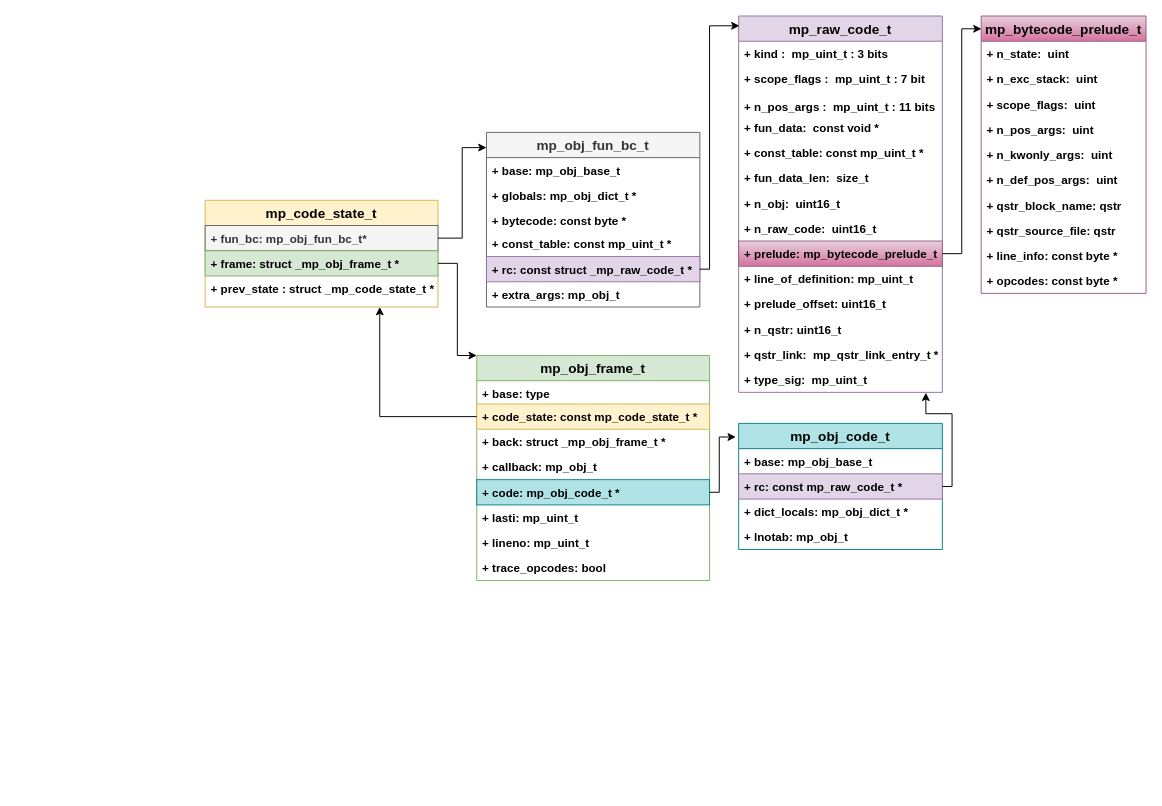
Before: uPyIWM/diagrams/codestate_objects_relation.drawio in over-infinity/-Tutorials, a draw.io diagram. Source tidied: cells renumbered, new cells numbered last; positions are measured from the earlier drawing's top-left corner, leaving out a move shared by most shapes. Both pictures are drawn from the tidied source at 97%, with x=0, y=0 at pixel (205, 16).
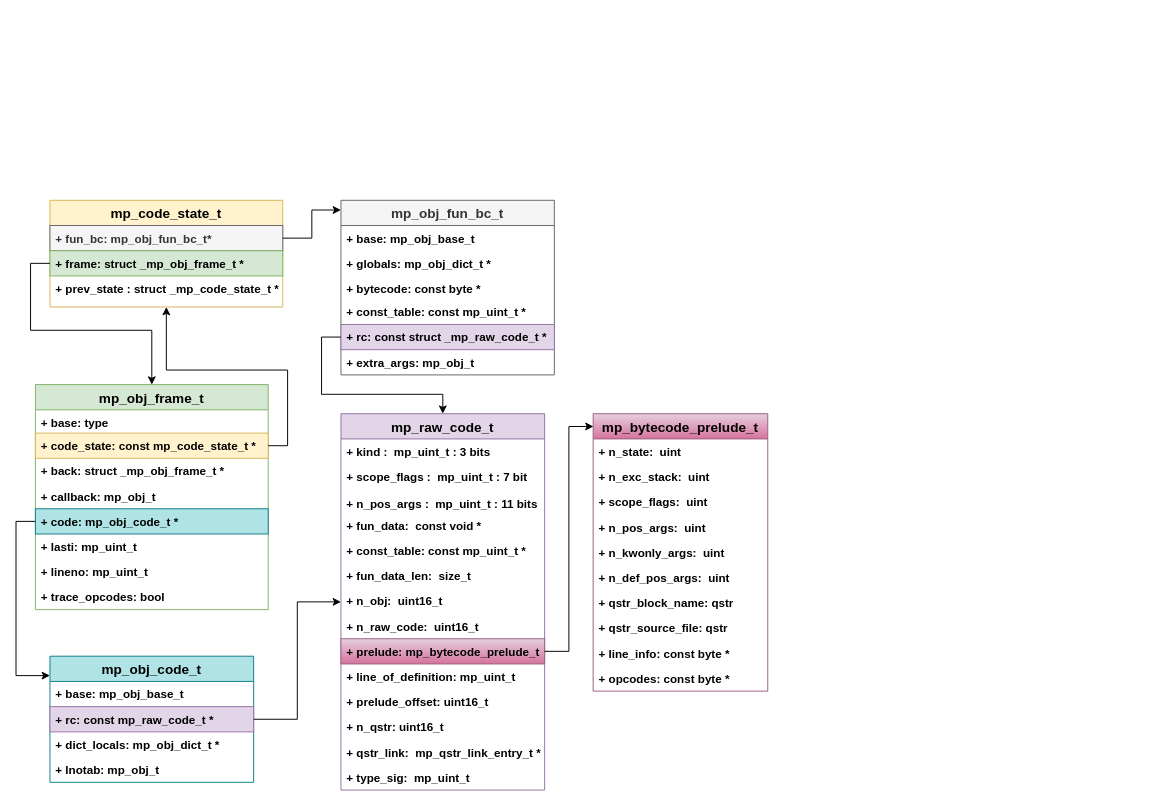
Above is the later version.

The change refers to these unchanged cells:
```xml
<mxCell id="3" value="+ fun_bc: mp_obj_fun_bc_t*" style="text;strokeColor=#666666;fillColor=#f5f5f5;align=left;verticalAlign=top;spacingLeft=4;spacingRight=4;overflow=hidden;points=[[0,0.5],[1,0.5]];portConstraint=eastwest;fontSize=12;fontStyle=1;fontColor=#333333;" parent="2" vertex="1">
  <mxGeometry y="26" width="240" height="26" as="geometry" />
</mxCell>
<mxCell id="4" value="+ frame: struct _mp_obj_frame_t *" style="text;strokeColor=#82b366;fillColor=#d5e8d4;align=left;verticalAlign=top;spacingLeft=4;spacingRight=4;overflow=hidden;points=[[0,0.5],[1,0.5]];portConstraint=eastwest;fontSize=12;fontStyle=1;" parent="2" vertex="1">
  <mxGeometry y="52" width="240" height="26" as="geometry" />
</mxCell>
<mxCell id="11" value="+ rc: const struct _mp_raw_code_t *" style="text;strokeColor=#9673a6;fillColor=#e1d5e7;align=left;verticalAlign=top;spacingLeft=4;spacingRight=4;overflow=hidden;points=[[0,0.5],[1,0.5]];portConstraint=eastwest;fontSize=12;fontStyle=1;" parent="6" vertex="1">
  <mxGeometry y="128" width="220" height="26" as="geometry" />
</mxCell>
<mxCell id="16" value="+ code_state: const mp_code_state_t *" style="text;strokeColor=#d6b656;fillColor=#fff2cc;align=left;verticalAlign=top;spacingLeft=4;spacingRight=4;overflow=hidden;points=[[0,0.5],[1,0.5]];portConstraint=eastwest;fontSize=12;fontStyle=1;" parent="14" vertex="1">
  <mxGeometry y="50" width="240" height="26" as="geometry" />
</mxCell>
<mxCell id="19" value="+ code: mp_obj_code_t *" style="text;strokeColor=#0e8088;fillColor=#b0e3e6;align=left;verticalAlign=top;spacingLeft=4;spacingRight=4;overflow=hidden;points=[[0,0.5],[1,0.5]];portConstraint=eastwest;fontSize=12;fontStyle=1;" parent="14" vertex="1">
  <mxGeometry y="128" width="240" height="26" as="geometry" />
</mxCell>
<mxCell id="37" value="+ type_sig:  mp_uint_t" style="text;strokeColor=none;fillColor=none;align=left;verticalAlign=top;spacingLeft=4;spacingRight=4;overflow=hidden;points=[[0,0.5],[1,0.5]];portConstraint=eastwest;fontStyle=1;" parent="23" vertex="1">
  <mxGeometry y="362" width="210" height="26" as="geometry" />
</mxCell>
<mxCell id="43" value="+ rc: const mp_raw_code_t *" style="text;strokeColor=#9673a6;fillColor=#e1d5e7;align=left;verticalAlign=top;spacingLeft=4;spacingRight=4;overflow=hidden;points=[[0,0.5],[1,0.5]];portConstraint=eastwest;fontSize=12;fontStyle=1;" parent="41" vertex="1">
  <mxGeometry y="52" width="210" height="26" as="geometry" />
</mxCell>
```

The edit, as a diff of the source:
```diff
@@
     <mxCell id="2" value="mp_code_state_t" style="swimlane;fontStyle=1;horizontal=1;startSize=26;fillColor=#fff2cc;fontSize=14;strokeColor=#d6b656;" parent="1" vertex="1">
-      <mxGeometry y="190" width="240" height="110" as="geometry" />
+      <mxGeometry x="-160" y="190" width="240" height="110" as="geometry" />
     </mxCell>
@@
     <mxCell id="6" value="mp_obj_fun_bc_t" style="swimlane;fontStyle=1;horizontal=1;startSize=26;fillColor=#f5f5f5;fontSize=14;fontColor=#333333;strokeColor=#666666;" parent="1" vertex="1">
-      <mxGeometry x="290" y="120" width="220" height="180" as="geometry" />
+      <mxGeometry x="140" y="190" width="220" height="180" as="geometry" />
     </mxCell>
@@
-    <mxCell id="13" style="edgeStyle=orthogonalEdgeStyle;rounded=0;jettySize=auto;html=1;entryX=0;entryY=0.087;entryDx=0;entryDy=0;entryPerimeter=0;fontSize=14;fontStyle=1;" parent="1" edge="1" source="3" target="6">
-      <mxGeometry relative="1" as="geometry" />
-    </mxCell>
     <mxCell id="14" value="mp_obj_frame_t " style="swimlane;fontStyle=1;horizontal=1;startSize=26;fillColor=#d5e8d4;fontSize=14;strokeColor=#82b366;" parent="1" vertex="1">
-      <mxGeometry x="280" y="350" width="240" height="232" as="geometry" />
+      <mxGeometry x="-175" y="380" width="240" height="232" as="geometry" />
     </mxCell>
@@
     <mxCell id="23" value="mp_raw_code_t " style="swimlane;fontStyle=1;horizontal=1;startSize=26;fillColor=#e1d5e7;fontSize=14;strokeColor=#9673a6;" parent="1" vertex="1">
-      <mxGeometry x="550" width="210" height="388" as="geometry" />
+      <mxGeometry x="140" y="410" width="210" height="388" as="geometry" />
     </mxCell>
@@
-    <mxCell id="38" style="edgeStyle=orthogonalEdgeStyle;rounded=0;jettySize=auto;html=1;entryX=0.004;entryY=0.026;entryDx=0;entryDy=0;fontSize=14;entryPerimeter=0;fontStyle=1;" parent="1" edge="1" source="11" target="23">
-      <mxGeometry relative="1" as="geometry">
-        <Array as="points">
-          <mxPoint x="520" y="261" />
-          <mxPoint x="520" y="10" />
-        </Array>
-      </mxGeometry>
-    </mxCell>
-    <mxCell id="39" style="edgeStyle=orthogonalEdgeStyle;rounded=0;jettySize=auto;html=1;entryX=0.75;entryY=1;entryDx=0;entryDy=0;fontSize=14;fontStyle=1;" parent="1" edge="1" source="16" target="2">
-      <mxGeometry relative="1" as="geometry" />
-    </mxCell>
-    <mxCell id="40" style="edgeStyle=orthogonalEdgeStyle;rounded=0;jettySize=auto;html=1;entryX=0;entryY=0;entryDx=0;entryDy=0;fontSize=14;fontStyle=1;" parent="1" edge="1" source="4" target="14">
-      <mxGeometry relative="1" as="geometry">
-        <Array as="points">
-          <mxPoint x="260" y="255" />
-          <mxPoint x="260" y="350" />
-        </Array>
-      </mxGeometry>
-    </mxCell>
     <mxCell id="41" value="mp_obj_code_t" style="swimlane;fontStyle=1;horizontal=1;startSize=26;fillColor=#b0e3e6;fontSize=14;strokeColor=#0e8088;" parent="1" vertex="1">
-      <mxGeometry x="550" y="420" width="210" height="130" as="geometry" />
+      <mxGeometry x="-160" y="660" width="210" height="130" as="geometry" />
     </mxCell>
@@
-    <mxCell id="46" style="edgeStyle=orthogonalEdgeStyle;rounded=0;jettySize=auto;html=1;entryX=-0.014;entryY=0.108;entryDx=0;entryDy=0;entryPerimeter=0;fontSize=12;" parent="1" edge="1" source="19" target="41">
-      <mxGeometry relative="1" as="geometry">
-        <Array as="points">
-          <mxPoint x="530" y="491" />
-          <mxPoint x="530" y="434" />
-        </Array>
-      </mxGeometry>
-    </mxCell>
     <mxCell id="47" value="mp_bytecode_prelude_t" style="swimlane;fontStyle=1;horizontal=1;startSize=26;fillColor=#e6d0de;fontSize=14;strokeColor=#996185;gradientColor=#d5739d;" parent="1" vertex="1">
-      <mxGeometry x="800" width="170" height="286" as="geometry" />
+      <mxGeometry x="400" y="410" width="180" height="286" as="geometry" />
     </mxCell>
     <mxCell id="48" value="+ n_state:  uint" style="text;strokeColor=none;fillColor=none;align=left;verticalAlign=top;spacingLeft=4;spacingRight=4;overflow=hidden;fontSize=12;fontStyle=1;" parent="47" vertex="1">
-      <mxGeometry y="26" width="170" height="26" as="geometry" />
+      <mxGeometry y="26" width="180" height="26" as="geometry" />
     </mxCell>
     <mxCell id="49" value="+ n_exc_stack:  uint" style="text;strokeColor=none;fillColor=none;align=left;verticalAlign=top;spacingLeft=4;spacingRight=4;overflow=hidden;fontSize=12;fontStyle=1;" parent="47" vertex="1">
-      <mxGeometry y="52" width="170" height="26" as="geometry" />
+      <mxGeometry y="52" width="180" height="26" as="geometry" />
     </mxCell>
     <mxCell id="50" value="+ scope_flags:  uint" style="text;strokeColor=none;fillColor=none;align=left;verticalAlign=top;spacingLeft=4;spacingRight=4;overflow=hidden;fontSize=12;fontStyle=1;" parent="47" vertex="1">
-      <mxGeometry y="78" width="170" height="26" as="geometry" />
+      <mxGeometry y="78" width="180" height="26" as="geometry" />
     </mxCell>
     <mxCell id="51" value="+ n_pos_args:  uint" style="text;strokeColor=none;fillColor=none;align=left;verticalAlign=top;spacingLeft=4;spacingRight=4;overflow=hidden;fontSize=12;fontStyle=1;" parent="47" vertex="1">
-      <mxGeometry y="104" width="170" height="26" as="geometry" />
+      <mxGeometry y="104" width="180" height="26" as="geometry" />
     </mxCell>
     <mxCell id="52" value="+ n_kwonly_args:  uint" style="text;strokeColor=none;fillColor=none;align=left;verticalAlign=top;spacingLeft=4;spacingRight=4;overflow=hidden;fontSize=12;fontStyle=1;" parent="47" vertex="1">
-      <mxGeometry y="130" width="170" height="26" as="geometry" />
+      <mxGeometry y="130" width="180" height="26" as="geometry" />
     </mxCell>
     <mxCell id="53" value="+ n_def_pos_args:  uint" style="text;strokeColor=none;fillColor=none;align=left;verticalAlign=top;spacingLeft=4;spacingRight=4;overflow=hidden;fontSize=12;fontStyle=1;" parent="47" vertex="1">
-      <mxGeometry y="156" width="170" height="26" as="geometry" />
+      <mxGeometry y="156" width="180" height="26" as="geometry" />
     </mxCell>
     <mxCell id="54" value="+ qstr_block_name: qstr" style="text;strokeColor=none;fillColor=none;align=left;verticalAlign=top;spacingLeft=4;spacingRight=4;overflow=hidden;fontSize=12;fontStyle=1;" parent="47" vertex="1">
-      <mxGeometry y="182" width="170" height="26" as="geometry" />
+      <mxGeometry y="182" width="180" height="26" as="geometry" />
     </mxCell>
     <mxCell id="55" value="+ qstr_source_file: qstr" style="text;strokeColor=none;fillColor=none;align=left;verticalAlign=top;spacingLeft=4;spacingRight=4;overflow=hidden;fontSize=12;fontStyle=1;" parent="47" vertex="1">
-      <mxGeometry y="208" width="170" height="26" as="geometry" />
+      <mxGeometry y="208" width="180" height="26" as="geometry" />
     </mxCell>
     <mxCell id="56" value="+ line_info: const byte *" style="text;strokeColor=none;fillColor=none;align=left;verticalAlign=top;spacingLeft=4;spacingRight=4;overflow=hidden;fontSize=12;fontStyle=1;" parent="47" vertex="1">
-      <mxGeometry y="234" width="170" height="26" as="geometry" />
+      <mxGeometry y="234" width="180" height="26" as="geometry" />
     </mxCell>
     <mxCell id="57" value="+ opcodes: const byte *" style="text;strokeColor=none;fillColor=none;align=left;verticalAlign=top;spacingLeft=4;spacingRight=4;overflow=hidden;fontSize=12;fontStyle=1;" parent="47" vertex="1">
-      <mxGeometry y="260" width="170" height="26" as="geometry" />
+      <mxGeometry y="260" width="180" height="26" as="geometry" />
     </mxCell>
@@
-    <mxCell id="59" style="edgeStyle=orthogonalEdgeStyle;rounded=0;jettySize=auto;html=1;entryX=0.919;entryY=1.015;entryDx=0;entryDy=0;fontSize=14;entryPerimeter=0;" parent="1" edge="1" source="43" target="37">
-      <mxGeometry relative="1" as="geometry">
-        <Array as="points">
-          <mxPoint x="770" y="485" />
-          <mxPoint x="770" y="410" />
-          <mxPoint x="743" y="410" />
-        </Array>
-      </mxGeometry>
-    </mxCell>
+    <mxCell id="46" style="edgeStyle=orthogonalEdgeStyle;rounded=0;jettySize=auto;html=1;entryX=0;entryY=0.154;entryDx=0;entryDy=0;entryPerimeter=0;fontSize=14;" parent="1" edge="1" source="19" target="41">
+      <mxGeometry relative="1" as="geometry" />
+    </mxCell>
+    <mxCell id="60" style="edgeStyle=orthogonalEdgeStyle;rounded=0;jettySize=auto;html=1;fontSize=14;" parent="1" edge="1" source="43" target="23">
+      <mxGeometry relative="1" as="geometry" />
+    </mxCell>
+    <mxCell id="38" style="edgeStyle=orthogonalEdgeStyle;rounded=0;jettySize=auto;html=1;fontSize=14;" parent="1" edge="1" source="11" target="23">
+      <mxGeometry relative="1" as="geometry">
+        <Array as="points">
+          <mxPoint x="120" y="331" />
+          <mxPoint x="120" y="390" />
+          <mxPoint x="245" y="390" />
+        </Array>
+      </mxGeometry>
+    </mxCell>
+    <mxCell id="40" style="edgeStyle=orthogonalEdgeStyle;rounded=0;jettySize=auto;html=1;fontSize=14;" parent="1" edge="1" source="4" target="14">
+      <mxGeometry relative="1" as="geometry" />
+    </mxCell>
+    <mxCell id="13" style="edgeStyle=orthogonalEdgeStyle;rounded=0;jettySize=auto;html=1;fontSize=14;" parent="1" edge="1" source="3" target="6">
+      <mxGeometry relative="1" as="geometry">
+        <Array as="points">
+          <mxPoint x="110" y="229" />
+          <mxPoint x="110" y="200" />
+        </Array>
+      </mxGeometry>
+    </mxCell>
+    <mxCell id="39" style="edgeStyle=orthogonalEdgeStyle;rounded=0;jettySize=auto;html=1;fontSize=14;" parent="1" edge="1" source="16" target="2">
+      <mxGeometry relative="1" as="geometry" />
+    </mxCell>
```
